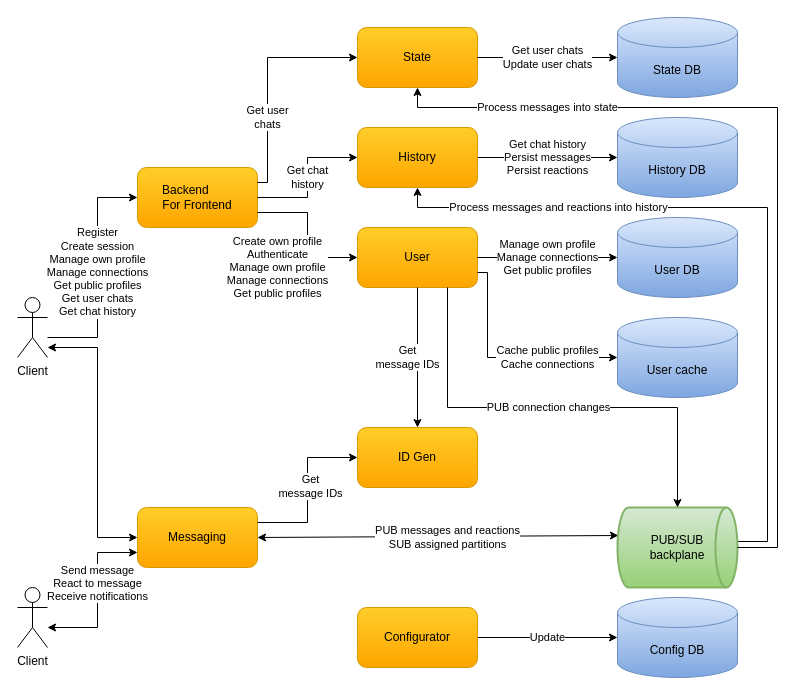
Before: docs/diagrams/cecochat-01-overall.drawio in cvetomir-todorov/CecoChat, a draw.io diagram. Source tidied: cells renumbered, new cells numbered last; positions are measured from the earlier drawing's top-left corner, leaving out a move shared by most shapes. Both pictures are drawn from the tidied source at 100%, with x=0, y=0 at pixel (17, 17).
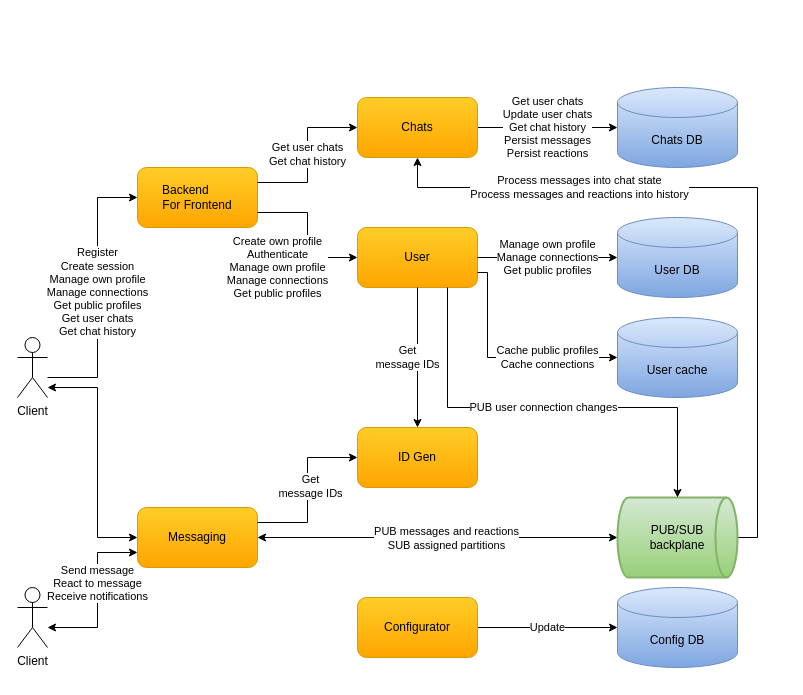
Above is the later version.

Unchanged cells that the change refers to:
```xml
<mxCell id="8" value="&lt;font style=&quot;font-size: 12px&quot;&gt;Messaging&lt;/font&gt;" style="rounded=1;whiteSpace=wrap;html=1;gradientColor=#ffa500;fillColor=#ffcd28;strokeColor=#d79b00;" parent="1" vertex="1">
  <mxGeometry x="120" y="490" width="120" height="60" as="geometry" />
</mxCell>
<mxCell id="19" value="&lt;font style=&quot;font-size: 12px&quot;&gt;Backend&amp;nbsp; &amp;nbsp; &amp;nbsp; &amp;nbsp;&lt;br&gt;For Frontend&lt;/font&gt;" style="rounded=1;whiteSpace=wrap;html=1;gradientColor=#ffa500;fillColor=#ffcd28;strokeColor=#d79b00;" parent="1" vertex="1">
  <mxGeometry x="120" y="150" width="120" height="60" as="geometry" />
</mxCell>
<mxCell id="26" value="&lt;font style=&quot;font-size: 12px&quot;&gt;User&lt;/font&gt;" style="rounded=1;whiteSpace=wrap;html=1;gradientColor=#ffa500;fillColor=#ffcd28;strokeColor=#d79b00;" parent="1" vertex="1">
  <mxGeometry x="340" y="210" width="120" height="60" as="geometry" />
</mxCell>
```

Diff of the diagram source:
```diff
@@
     <mxCell id="2" style="edgeStyle=orthogonalEdgeStyle;rounded=0;jettySize=auto;html=1;entryX=0;entryY=0.5;entryDx=0;entryDy=0;startArrow=classic;startFill=1;" parent="1" edge="1" source="4" target="8">
       <mxGeometry relative="1" as="geometry">
         <Array as="points">
-          <mxPoint x="80" y="330" />
+          <mxPoint x="80" y="370" />
           <mxPoint x="80" y="520" />
         </Array>
       </mxGeometry>
     </mxCell>
     <mxCell id="3" value="Register&lt;br&gt;Create session&lt;br&gt;Manage own&amp;nbsp;profile&lt;br&gt;Manage connections&lt;br&gt;Get public profiles&lt;br style=&quot;border-color: var(--border-color);&quot;&gt;Get user chats&lt;br&gt;Get chat history" style="edgeStyle=orthogonalEdgeStyle;rounded=0;jettySize=auto;html=1;entryX=0;entryY=0.5;entryDx=0;entryDy=0;" parent="1" edge="1" source="4" target="19">
       <mxGeometry relative="1" as="geometry">
         <Array as="points">
-          <mxPoint x="80" y="320" />
+          <mxPoint x="80" y="360" />
           <mxPoint x="80" y="180" />
         </Array>
       </mxGeometry>
     </mxCell>
     <mxCell id="4" value="Client" style="shape=umlActor;verticalLabelPosition=bottom;verticalAlign=top;html=1;outlineConnect=0;" parent="1" vertex="1">
-      <mxGeometry y="280" width="30" height="60" as="geometry" />
+      <mxGeometry y="320" width="30" height="60" as="geometry" />
     </mxCell>
@@
-    <mxCell id="7" value="PUB messages and reactions&lt;br&gt;&lt;div&gt;SUB assigned partitions&lt;/div&gt;" style="rounded=0;jettySize=auto;html=1;entryX=0.008;entryY=0.35;entryDx=0;entryDy=0;entryPerimeter=0;startArrow=classic;startFill=1;exitX=1;exitY=0.5;exitDx=0;exitDy=0;" parent="1" edge="1" source="8" target="10">
+    <mxCell id="7" value="PUB messages and reactions&lt;br&gt;&lt;div&gt;SUB assigned partitions&lt;/div&gt;" style="rounded=0;jettySize=auto;html=1;entryX=0;entryY=0.5;entryDx=0;entryDy=0;entryPerimeter=0;startArrow=classic;startFill=1;exitX=1;exitY=0.5;exitDx=0;exitDy=0;" parent="1" edge="1" source="8" target="10">
       <mxGeometry x="0.05" y="-1" relative="1" as="geometry" />
     </mxCell>
@@
-    <mxCell id="9" value="Process messages and reactions into history" style="edgeStyle=orthogonalEdgeStyle;rounded=0;jettySize=auto;html=1;entryX=0.5;entryY=1;entryDx=0;entryDy=0;" parent="1" edge="1" source="10" target="16">
-      <mxGeometry x="0.56" relative="1" as="geometry">
+    <mxCell id="9" value="Process messages into chat state&lt;br&gt;Process messages and reactions into history" style="edgeStyle=orthogonalEdgeStyle;rounded=0;jettySize=auto;html=1;entryX=0.5;entryY=1;entryDx=0;entryDy=0;exitX=1;exitY=0.5;exitDx=0;exitDy=0;exitPerimeter=0;" parent="1" edge="1" source="10" target="16">
+      <mxGeometry x="0.48" relative="1" as="geometry">
         <Array as="points">
-          <mxPoint x="750" y="524" />
-          <mxPoint x="750" y="190" />
-          <mxPoint x="400" y="190" />
+          <mxPoint x="740" y="520" />
+          <mxPoint x="740" y="170" />
+          <mxPoint x="400" y="170" />
         </Array>
       </mxGeometry>
     </mxCell>
     <mxCell id="10" value="PUB/SUB&lt;br&gt;backplane" style="strokeWidth=2;html=1;shape=mxgraph.flowchart.direct_data;whiteSpace=wrap;gradientColor=#97d077;fillColor=#d5e8d4;strokeColor=#82b366;" parent="1" vertex="1">
-      <mxGeometry x="600" y="490" width="120" height="80" as="geometry" />
+      <mxGeometry x="600" y="480" width="120" height="80" as="geometry" />
     </mxCell>
-    <mxCell id="11" value="History DB" style="shape=cylinder3;whiteSpace=wrap;html=1;boundedLbl=1;backgroundOutline=1;size=15;gradientColor=#7ea6e0;fillColor=#dae8fc;strokeColor=#6c8ebf;" parent="1" vertex="1">
-      <mxGeometry x="600" y="100" width="120" height="80" as="geometry" />
+    <mxCell id="11" value="Chats DB" style="shape=cylinder3;whiteSpace=wrap;html=1;boundedLbl=1;backgroundOutline=1;size=15;gradientColor=#7ea6e0;fillColor=#dae8fc;strokeColor=#6c8ebf;" parent="1" vertex="1">
+      <mxGeometry x="600" y="70" width="120" height="80" as="geometry" />
     </mxCell>
-    <mxCell id="12" value="&lt;font style=&quot;font-size: 11px&quot;&gt;Get chat history&lt;br&gt;Persist messages&lt;br&gt;Persist reactions&lt;br&gt;&lt;/font&gt;" style="rounded=0;jettySize=auto;html=1;entryX=0;entryY=0.5;entryDx=0;entryDy=0;entryPerimeter=0;startArrow=none;startFill=0;exitX=1;exitY=0.5;exitDx=0;exitDy=0;" parent="1" edge="1" source="16" target="11">
+    <mxCell id="12" value="&lt;font style=&quot;font-size: 11px&quot;&gt;Get user chats&lt;br style=&quot;border-color: var(--border-color);&quot;&gt;Update user chats&lt;br&gt;Get chat history&lt;br&gt;Persist messages&lt;br&gt;Persist reactions&lt;br&gt;&lt;/font&gt;" style="rounded=0;jettySize=auto;html=1;entryX=0;entryY=0.5;entryDx=0;entryDy=0;entryPerimeter=0;startArrow=none;startFill=0;exitX=1;exitY=0.5;exitDx=0;exitDy=0;" parent="1" edge="1" source="16" target="11">
       <mxGeometry relative="1" as="geometry" />
     </mxCell>
@@
     <mxCell id="14" value="Configurator" style="rounded=1;whiteSpace=wrap;html=1;gradientColor=#ffa500;fillColor=#ffcd28;strokeColor=#d79b00;" parent="1" vertex="1">
-      <mxGeometry x="340" y="590" width="120" height="60" as="geometry" />
+      <mxGeometry x="340" y="580" width="120" height="60" as="geometry" />
     </mxCell>
     <mxCell id="15" value="Config DB" style="shape=cylinder3;whiteSpace=wrap;html=1;boundedLbl=1;backgroundOutline=1;size=15;gradientColor=#7ea6e0;fillColor=#dae8fc;strokeColor=#6c8ebf;" parent="1" vertex="1">
-      <mxGeometry x="600" y="580" width="120" height="80" as="geometry" />
+      <mxGeometry x="600" y="570" width="120" height="80" as="geometry" />
     </mxCell>
-    <mxCell id="16" value="&lt;font style=&quot;font-size: 12px&quot;&gt;History&lt;/font&gt;" style="rounded=1;whiteSpace=wrap;html=1;gradientColor=#ffa500;fillColor=#ffcd28;strokeColor=#d79b00;" parent="1" vertex="1">
-      <mxGeometry x="340" y="110" width="120" height="60" as="geometry" />
+    <mxCell id="16" value="&lt;font style=&quot;font-size: 12px&quot;&gt;Chats&lt;/font&gt;" style="rounded=1;whiteSpace=wrap;html=1;gradientColor=#ffa500;fillColor=#ffcd28;strokeColor=#d79b00;" parent="1" vertex="1">
+      <mxGeometry x="340" y="80" width="120" height="60" as="geometry" />
     </mxCell>
@@
-    <mxCell id="20" value="State DB" style="shape=cylinder3;whiteSpace=wrap;html=1;boundedLbl=1;backgroundOutline=1;size=15;gradientColor=#7ea6e0;fillColor=#dae8fc;strokeColor=#6c8ebf;" parent="1" vertex="1">
-      <mxGeometry x="600" width="120" height="80" as="geometry" />
-    </mxCell>
-    <mxCell id="21" value="&lt;font style=&quot;font-size: 12px&quot;&gt;State&lt;/font&gt;" style="rounded=1;whiteSpace=wrap;html=1;gradientColor=#ffa500;fillColor=#ffcd28;strokeColor=#d79b00;" parent="1" vertex="1">
-      <mxGeometry x="340" y="10" width="120" height="60" as="geometry" />
-    </mxCell>
-    <mxCell id="22" value="Process messages into state" style="edgeStyle=orthogonalEdgeStyle;rounded=0;jettySize=auto;html=1;entryX=0.5;entryY=1;entryDx=0;entryDy=0;exitX=1;exitY=0.5;exitDx=0;exitDy=0;exitPerimeter=0;" parent="1" edge="1" source="10" target="21">
-      <mxGeometry x="0.65" relative="1" as="geometry">
-        <Array as="points">
-          <mxPoint x="760" y="530" />
-          <mxPoint x="760" y="90" />
-          <mxPoint x="400" y="90" />
-        </Array>
-      </mxGeometry>
-    </mxCell>
-    <mxCell id="23" value="&lt;font style=&quot;font-size: 11px&quot;&gt;Get user chats&lt;br&gt;Update user chats&lt;br&gt;&lt;/font&gt;" style="rounded=0;jettySize=auto;html=1;entryX=0;entryY=0.5;entryDx=0;entryDy=0;entryPerimeter=0;startArrow=none;startFill=0;exitX=1;exitY=0.5;exitDx=0;exitDy=0;" parent="1" edge="1" source="21" target="20">
-      <mxGeometry relative="1" as="geometry" />
-    </mxCell>
-    <mxCell id="24" value="Get chat&lt;br&gt;history" style="endArrow=classic;html=1;exitX=1;exitY=0.5;exitDx=0;exitDy=0;entryX=0;entryY=0.5;entryDx=0;entryDy=0;rounded=0;edgeStyle=orthogonalEdgeStyle;" parent="1" edge="1" source="19" target="16">
+    <mxCell id="24" value="Get user chats&lt;br&gt;Get chat history" style="endArrow=classic;html=1;exitX=1;exitY=0.25;exitDx=0;exitDy=0;entryX=0;entryY=0.5;entryDx=0;entryDy=0;rounded=0;edgeStyle=orthogonalEdgeStyle;" parent="1" edge="1" source="19" target="16">
       <mxGeometry relative="1" as="geometry" />
     </mxCell>
-    <mxCell id="25" value="Get user&lt;br&gt;chats" style="endArrow=classic;html=1;entryX=0;entryY=0.5;entryDx=0;entryDy=0;exitX=1;exitY=0.25;exitDx=0;exitDy=0;edgeStyle=orthogonalEdgeStyle;rounded=0;" parent="1" edge="1" source="19" target="21">
-      <mxGeometry x="-0.33" relative="1" as="geometry">
-        <Array as="points">
-          <mxPoint x="250" y="165" />
-          <mxPoint x="250" y="40" />
-        </Array>
-      </mxGeometry>
-    </mxCell>
@@
-    <mxCell id="33" value="PUB connection changes" style="endArrow=classic;html=1;entryX=0.5;entryY=0;entryDx=0;entryDy=0;rounded=0;edgeStyle=orthogonalEdgeStyle;entryPerimeter=0;exitX=0.75;exitY=1;exitDx=0;exitDy=0;" parent="1" edge="1" source="26" target="10">
+    <mxCell id="33" value="PUB user connection changes" style="endArrow=classic;html=1;entryX=0.5;entryY=0;entryDx=0;entryDy=0;rounded=0;edgeStyle=orthogonalEdgeStyle;entryPerimeter=0;exitX=0.75;exitY=1;exitDx=0;exitDy=0;" parent="1" edge="1" source="26" target="10">
       <mxGeometry x="-0.02" relative="1" as="geometry">
         <Array as="points">
           <mxPoint x="430" y="390" />
           <mxPoint x="660" y="390" />
         </Array>
       </mxGeometry>
     </mxCell>
```
